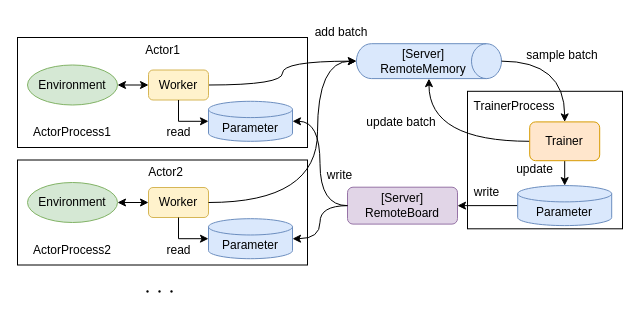
Before: page "distributed" (2 of 4) of diagrams/overview.drawio in pocokhc/simple_distributed_rl, a draw.io diagram. Source tidied: cells renumbered, new cells numbered last; positions are measured from the earlier drawing's top-left corner, leaving out a move shared by most shapes. Both pictures are drawn from the tidied source at 100%, with x=0, y=0 at pixel (17, -12).
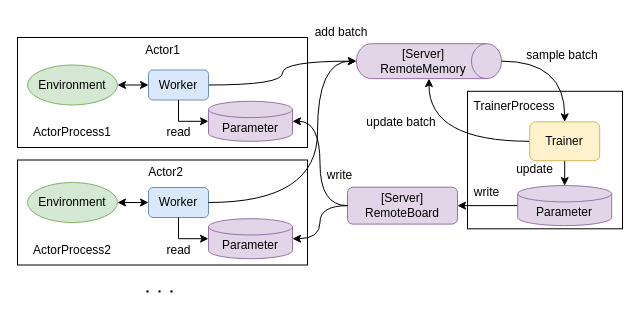
Above is the later version.

The change refers to these unchanged cells:
```xml
<mxCell id="11" style="group;" parent="1" vertex="1">
  <mxGeometry x="360" y="49" width="105" height="135.1" as="geometry" />
</mxCell>
```

Diff of the diagram source:
```diff
@@
-    <mxCell id="8" value="Trainer" style="rounded=1;whiteSpace=wrap;html=1;fillColor=#ffe6cc;strokeColor=#d79b00;" parent="1" vertex="1">
+    <mxCell id="8" value="Trainer" style="rounded=1;whiteSpace=wrap;html=1;fillColor=#fff2cc;strokeColor=#d6b656;" parent="1" vertex="1">
       <mxGeometry x="512.2" y="133.4" width="70" height="38.8" as="geometry" />
     </mxCell>
@@
-    <mxCell id="10" value="Worker" style="rounded=1;whiteSpace=wrap;html=1;fillColor=#fff2cc;strokeColor=#d6b656;" parent="1" vertex="1">
+    <mxCell id="10" value="Worker" style="rounded=1;whiteSpace=wrap;html=1;fillColor=#dae8fc;strokeColor=#6c8ebf;" parent="1" vertex="1">
       <mxGeometry x="131" y="81.5" width="60" height="30" as="geometry" />
     </mxCell>
@@
-    <mxCell id="12" style="shape=cylinder3;whiteSpace=wrap;html=1;boundedLbl=1;backgroundOutline=1;size=15;rotation=90;fillColor=#dae8fc;strokeColor=#6c8ebf;" parent="11" vertex="1">
+    <mxCell id="12" style="shape=cylinder3;whiteSpace=wrap;html=1;boundedLbl=1;backgroundOutline=1;size=15;rotation=90;fillColor=#e1d5e7;strokeColor=#9673a6;" parent="11" vertex="1">
       <mxGeometry x="34" y="-48.9" width="34.9" height="145.1" as="geometry" />
     </mxCell>
@@
-    <mxCell id="19" value="Parameter" style="shape=cylinder3;whiteSpace=wrap;html=1;boundedLbl=1;backgroundOutline=1;size=8.142857142857167;fillColor=#dae8fc;strokeColor=#6c8ebf;" parent="1" vertex="1">
+    <mxCell id="19" value="Parameter" style="shape=cylinder3;whiteSpace=wrap;html=1;boundedLbl=1;backgroundOutline=1;size=8.142857142857167;fillColor=#e1d5e7;strokeColor=#9673a6;" parent="1" vertex="1">
       <mxGeometry x="500.2" y="197.1" width="94" height="40" as="geometry" />
     </mxCell>
@@
-    <mxCell id="25" value="Parameter" style="shape=cylinder3;whiteSpace=wrap;html=1;boundedLbl=1;backgroundOutline=1;size=8.142857142857167;fillColor=#dae8fc;strokeColor=#6c8ebf;" parent="1" vertex="1">
+    <mxCell id="25" value="Parameter" style="shape=cylinder3;whiteSpace=wrap;html=1;boundedLbl=1;backgroundOutline=1;size=8.142857142857167;fillColor=#e1d5e7;strokeColor=#9673a6;" parent="1" vertex="1">
       <mxGeometry x="191" y="112.8" width="84" height="40" as="geometry" />
     </mxCell>
@@
-    <mxCell id="29" value="Worker" style="rounded=1;whiteSpace=wrap;html=1;fillColor=#fff2cc;strokeColor=#d6b656;" parent="1" vertex="1">
+    <mxCell id="29" value="Worker" style="rounded=1;whiteSpace=wrap;html=1;fillColor=#dae8fc;strokeColor=#6c8ebf;" parent="1" vertex="1">
       <mxGeometry x="131" y="199" width="60" height="30" as="geometry" />
     </mxCell>
@@
-    <mxCell id="33" value="Parameter" style="shape=cylinder3;whiteSpace=wrap;html=1;boundedLbl=1;backgroundOutline=1;size=8.142857142857167;fillColor=#dae8fc;strokeColor=#6c8ebf;" parent="1" vertex="1">
+    <mxCell id="33" value="Parameter" style="shape=cylinder3;whiteSpace=wrap;html=1;boundedLbl=1;backgroundOutline=1;size=8.142857142857167;fillColor=#e1d5e7;strokeColor=#9673a6;" parent="1" vertex="1">
       <mxGeometry x="191" y="230.2" width="84" height="40" as="geometry" />
     </mxCell>
```
